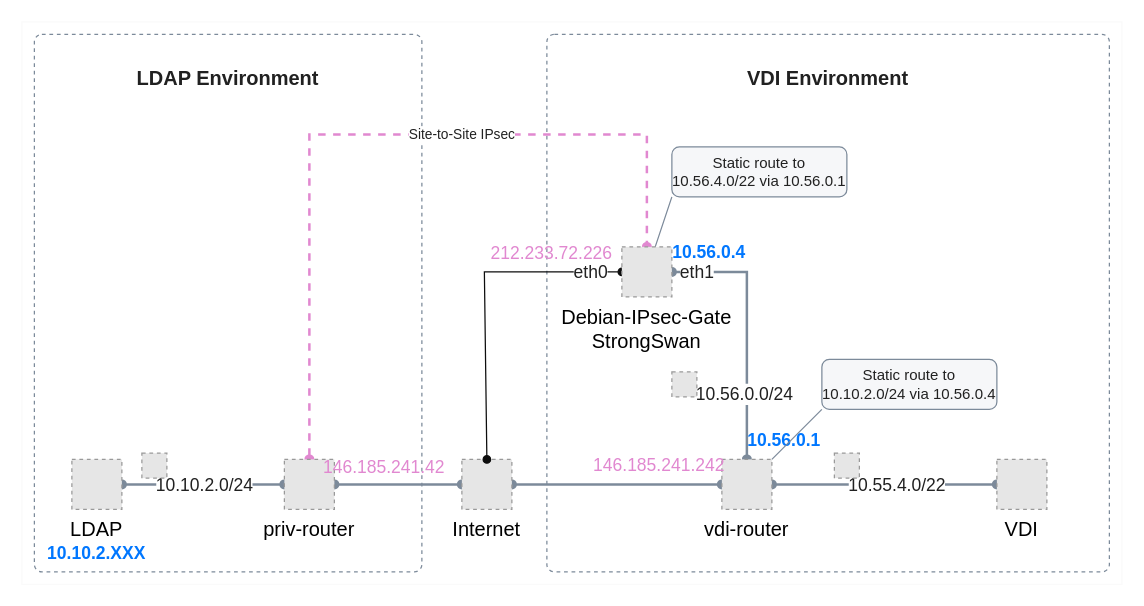
vk-cs/docs-public keeps this draw.io diagram as page "After" (1 of 2) of docs/ru/manage/cloud-desktops/use-cases/ipsec/assets/IPsec_scheme.drawio. Above is the earlier version. Source tidied: cells renumbered, new cells numbered last; positions are measured from the earlier drawing's top-left corner, leaving out a move shared by most shapes. Both pictures are drawn from the tidied source at 125%, with x=0, y=0 at pixel (21, 21). Pictures stored in the file or linked from it are replaced by grey dashed boxes.
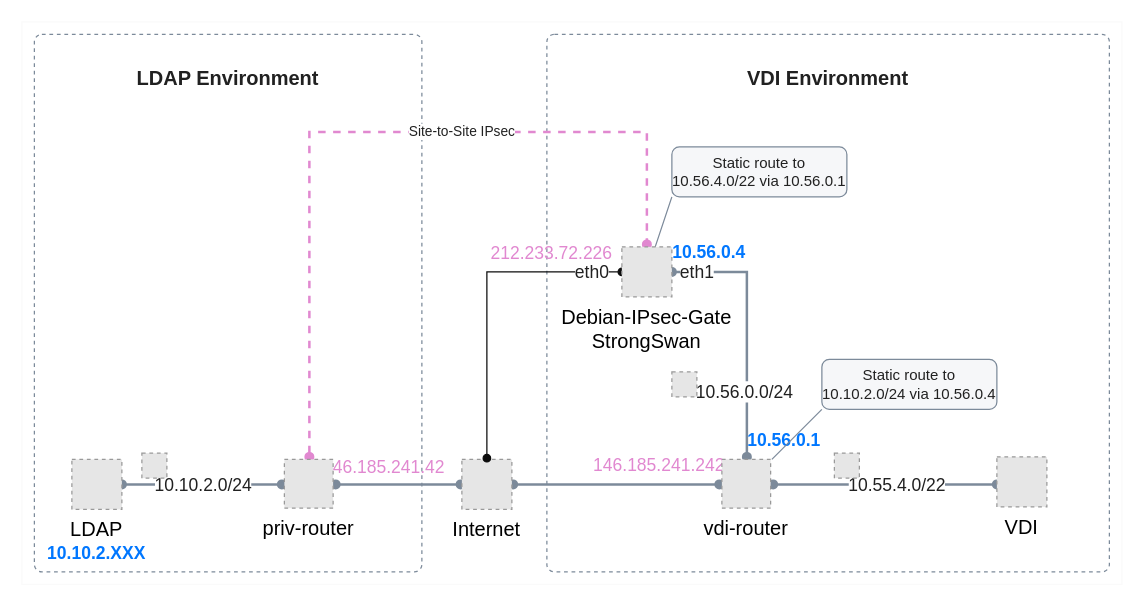
The same page after the edit.

Unchanged cells that the change refers to:
```xml
<mxCell id="9" value="Internet" style="fillColor=#E6E6E6;strokeColor=#999999;dashed=1;verticalLabelPosition=bottom;labelBackgroundColor=default;verticalAlign=top;fontSize=16;fontFamily=VK Sans Display;" parent="1" vertex="1">
  <mxGeometry x="352" y="350" width="40" height="40" as="geometry" />
</mxCell>
<mxCell id="21" value="LDAP" style="fillColor=#E6E6E6;strokeColor=#999999;dashed=1;verticalLabelPosition=bottom;labelBackgroundColor=default;verticalAlign=top;fontSize=16;fontFamily=VK Sans Display;" parent="1" vertex="1">
  <mxGeometry x="40" y="350" width="40" height="40" as="geometry" />
</mxCell>
<mxCell id="24" value="Debian-IPsec-Gate&#10;StrongSwan" style="fillColor=#E6E6E6;strokeColor=#999999;dashed=1;verticalLabelPosition=bottom;labelBackgroundColor=default;verticalAlign=top;fontSize=16;fontFamily=VK Sans Display;" parent="1" vertex="1">
  <mxGeometry x="480" y="180" width="40" height="40" as="geometry" />
</mxCell>
<mxCell id="36" value="&lt;font color=&quot;#212121&quot;&gt;Static route to 10.10.2.0/24 via 10.56.0.4&lt;/font&gt;" style="rounded=1;whiteSpace=wrap;html=1;fontFamily=VK Sans Display;strokeColor=#7C8A9A;arcsize=12;fillColor=#F6F7F9;spacing=0;spacingTop=12;spacingBottom=12;arcSize=12;absoluteArcSize=1;strokeWidth=1;" parent="1" vertex="1">
  <mxGeometry x="640" y="270" width="140" height="40" as="geometry" />
</mxCell>
```

What changed in the source:
```diff
@@
-    <mxCell id="7" style="edgeStyle=none;shape=connector;rounded=0;jettySize=auto;html=1;exitX=0;exitY=0.5;exitDx=0;exitDy=0;entryX=1;entryY=0.5;entryDx=0;entryDy=0;labelBackgroundColor=default;strokeColor=#7C8A9A;strokeWidth=2;align=center;verticalAlign=middle;fontFamily=VK Sans Display;fontSize=11;fontColor=#212121;startArrow=oval;startFill=1;endArrow=oval;endFill=1;" parent="1" edge="1" source="9" target="14">
-      <mxGeometry relative="1" as="geometry" />
+    <mxCell id="7" style="edgeStyle=none;shape=connector;rounded=0;orthogonalLoop=1;jettySize=auto;html=1;exitX=0;exitY=0.5;exitDx=0;exitDy=0;entryX=1;entryY=0.5;entryDx=0;entryDy=0;labelBackgroundColor=default;strokeColor=#7C8A9A;strokeWidth=2;align=center;verticalAlign=middle;fontFamily=VK Sans Display;fontSize=11;fontColor=#212121;startArrow=oval;startFill=1;endArrow=oval;endFill=1;" parent="1" edge="1">
+      <mxGeometry relative="1" as="geometry">
+        <mxPoint x="351" y="370" as="sourcePoint" />
+        <mxPoint x="251" y="370" as="targetPoint" />
+      </mxGeometry>
     </mxCell>
-    <mxCell id="8" style="edgeStyle=none;shape=connector;rounded=0;jettySize=auto;html=1;exitX=1;exitY=0.5;exitDx=0;exitDy=0;entryX=0;entryY=0.5;entryDx=0;entryDy=0;labelBackgroundColor=default;strokeColor=#7C8A9A;strokeWidth=2;align=center;verticalAlign=middle;fontFamily=VK Sans Display;fontSize=11;fontColor=#212121;startArrow=oval;startFill=1;endArrow=oval;endFill=1;" parent="1" edge="1" source="9" target="20">
-      <mxGeometry relative="1" as="geometry" />
+    <mxCell id="8" style="edgeStyle=none;shape=connector;rounded=0;orthogonalLoop=1;jettySize=auto;html=1;entryX=0;entryY=0.5;entryDx=0;entryDy=0;labelBackgroundColor=default;strokeColor=#7C8A9A;strokeWidth=2;align=center;verticalAlign=middle;fontFamily=VK Sans Display;fontSize=11;fontColor=#212121;startArrow=oval;startFill=1;endArrow=oval;endFill=1;" parent="1" edge="1">
+      <mxGeometry relative="1" as="geometry">
+        <mxPoint x="393" y="370" as="sourcePoint" />
+        <mxPoint x="558" y="370" as="targetPoint" />
+      </mxGeometry>
     </mxCell>
@@
-    <mxCell id="10" style="edgeStyle=none;shape=connector;rounded=0;jettySize=auto;html=1;exitX=0;exitY=0.5;exitDx=0;exitDy=0;entryX=1;entryY=0.5;entryDx=0;entryDy=0;labelBackgroundColor=default;strokeColor=#7C8A9A;strokeWidth=2;align=center;verticalAlign=middle;fontFamily=VK Sans Display;fontSize=11;fontColor=#212121;startArrow=oval;startFill=1;endArrow=oval;endFill=1;" parent="1" edge="1" source="14" target="21">
-      <mxGeometry relative="1" as="geometry" />
+    <mxCell id="10" style="edgeStyle=none;shape=connector;rounded=0;orthogonalLoop=1;jettySize=auto;html=1;exitX=0;exitY=0.5;exitDx=0;exitDy=0;entryX=1;entryY=0.5;entryDx=0;entryDy=0;labelBackgroundColor=default;strokeColor=#7C8A9A;strokeWidth=2;align=center;verticalAlign=middle;fontFamily=VK Sans Display;fontSize=11;fontColor=#212121;startArrow=oval;startFill=1;endArrow=oval;endFill=1;" parent="1" edge="1">
+      <mxGeometry relative="1" as="geometry">
+        <mxPoint x="208" y="370" as="sourcePoint" />
+        <mxPoint x="80" y="370" as="targetPoint" />
+      </mxGeometry>
     </mxCell>
@@
-    <mxCell id="12" style="edgeStyle=none;shape=connector;rounded=0;jettySize=auto;html=1;exitX=0.5;exitY=0;exitDx=0;exitDy=0;entryX=0.5;entryY=0;entryDx=0;entryDy=0;labelBackgroundColor=default;strokeColor=#E188D0;strokeWidth=2;align=center;verticalAlign=middle;fontFamily=VK Sans Display;fontSize=11;fontColor=#212121;startArrow=oval;startFill=1;endArrow=oval;endFill=1;dashed=1;" parent="1" edge="1" source="14" target="24">
+    <mxCell id="12" style="edgeStyle=none;shape=connector;rounded=0;orthogonalLoop=1;jettySize=auto;html=1;exitX=0.5;exitY=0;exitDx=0;exitDy=0;entryX=0.5;entryY=0;entryDx=0;entryDy=0;labelBackgroundColor=default;strokeColor=#E188D0;strokeWidth=2;align=center;verticalAlign=middle;fontFamily=VK Sans Display;fontSize=11;fontColor=#212121;startArrow=oval;startFill=1;endArrow=oval;endFill=1;dashed=1;" parent="1" edge="1">
       <mxGeometry relative="1" as="geometry">
+        <mxPoint x="230" y="348" as="sourcePoint" />
+        <mxPoint x="500" y="178" as="targetPoint" />
         <Array as="points">
-          <mxPoint x="230" y="90" />
-          <mxPoint x="500" y="90" />
+          <mxPoint x="230" y="88" />
+          <mxPoint x="500" y="88" />
         </Array>
       </mxGeometry>
     </mxCell>
@@
-    <mxCell id="14" value="priv-router" style="fillColor=#E6E6E6;strokeColor=#999999;dashed=1;verticalLabelPosition=bottom;labelBackgroundColor=default;verticalAlign=top;fontFamily=VK Sans Display;fontSize=16;" parent="1" vertex="1">
-      <mxGeometry x="210" y="350" width="40" height="40" as="geometry" />
-    </mxCell>
-    <mxCell id="15" style="edgeStyle=none;shape=connector;rounded=0;jettySize=auto;html=1;exitX=0.5;exitY=0;exitDx=0;exitDy=0;labelBackgroundColor=default;strokeColor=#7C8A9A;strokeWidth=2;align=center;verticalAlign=middle;fontFamily=VK Sans Display;fontSize=11;fontColor=#212121;startArrow=oval;startFill=1;endArrow=oval;endFill=1;" parent="1" edge="1" source="20" target="24">
+    <mxCell id="15" style="edgeStyle=none;shape=connector;rounded=0;jettySize=auto;html=1;labelBackgroundColor=default;strokeColor=#7C8A9A;strokeWidth=2;align=center;verticalAlign=middle;fontFamily=VK Sans Display;fontSize=11;fontColor=#212121;startArrow=oval;startFill=1;endArrow=oval;endFill=1;" parent="1" edge="1" target="24">
       <mxGeometry relative="1" as="geometry">
+        <mxPoint x="580" y="348" as="sourcePoint" />
         <Array as="points">
           <mxPoint x="580" y="200" />
         </Array>
       </mxGeometry>
     </mxCell>
@@
-    <mxCell id="18" style="edgeStyle=none;shape=connector;rounded=0;jettySize=auto;html=1;exitX=1;exitY=0.5;exitDx=0;exitDy=0;entryX=0;entryY=0.5;entryDx=0;entryDy=0;labelBackgroundColor=default;strokeColor=#7C8A9A;strokeWidth=2;align=center;verticalAlign=middle;fontFamily=VK Sans Display;fontSize=11;fontColor=#212121;startArrow=oval;startFill=1;endArrow=oval;endFill=1;" parent="1" edge="1" source="20" target="27">
-      <mxGeometry relative="1" as="geometry" />
+    <mxCell id="18" style="edgeStyle=none;shape=connector;rounded=0;orthogonalLoop=1;jettySize=auto;html=1;entryX=0;entryY=0.5;entryDx=0;entryDy=0;labelBackgroundColor=default;strokeColor=#7C8A9A;strokeWidth=2;align=center;verticalAlign=middle;fontFamily=VK Sans Display;fontSize=11;fontColor=#212121;startArrow=oval;startFill=1;endArrow=oval;endFill=1;exitX=1;exitY=0.5;exitDx=0;exitDy=0;" parent="1" edge="1">
+      <mxGeometry relative="1" as="geometry">
+        <mxPoint x="601" y="370" as="sourcePoint" />
+        <mxPoint x="780" y="370" as="targetPoint" />
+      </mxGeometry>
     </mxCell>
@@
-    <mxCell id="20" value="vdi-router" style="fillColor=#E6E6E6;strokeColor=#999999;dashed=1;verticalLabelPosition=bottom;labelBackgroundColor=default;verticalAlign=top;fontFamily=VK Sans Display;fontSize=16;" parent="1" vertex="1">
-      <mxGeometry x="560" y="350" width="40" height="40" as="geometry" />
-    </mxCell>
@@
-    <mxCell id="22" style="edgeStyle=none;shape=connector;rounded=0;jettySize=auto;html=1;exitX=0;exitY=0.5;exitDx=0;exitDy=0;entryX=0.5;entryY=0;entryDx=0;entryDy=0;labelBackgroundColor=default;strokeColor=#0d0d0d;strokeWidth=1;align=center;verticalAlign=middle;fontFamily=VK Sans Display;fontSize=11;fontColor=#212121;startArrow=oval;startFill=1;endArrow=oval;endFill=1;" parent="1" edge="1" source="24" target="9">
+    <mxCell id="22" style="edgeStyle=none;shape=connector;rounded=0;jettySize=auto;html=1;exitX=0;exitY=0.5;exitDx=0;exitDy=0;labelBackgroundColor=default;strokeColor=#0d0d0d;strokeWidth=1;align=center;verticalAlign=middle;fontFamily=VK Sans Display;fontSize=11;fontColor=#212121;startArrow=oval;startFill=1;endArrow=oval;endFill=1;" parent="1" edge="1" source="24">
       <mxGeometry relative="1" as="geometry">
+        <mxPoint x="372" y="349" as="targetPoint" />
         <Array as="points">
-          <mxPoint x="370" y="200" />
+          <mxPoint x="372" y="200" />
         </Array>
       </mxGeometry>
     </mxCell>
@@
     <mxCell id="27" value="VDI" style="fillColor=#E6E6E6;strokeColor=#999999;dashed=1;verticalLabelPosition=bottom;labelBackgroundColor=default;verticalAlign=top;fontSize=16;fontFamily=VK Sans Display;" parent="1" vertex="1">
-      <mxGeometry x="780" y="350" width="40" height="40" as="geometry" />
+      <mxGeometry x="780" y="348" width="40" height="40" as="geometry" />
     </mxCell>
@@
-    <mxCell id="35" style="edgeStyle=none;shape=connector;rounded=0;jettySize=auto;html=1;exitX=0;exitY=1;exitDx=0;exitDy=0;labelBackgroundColor=default;strokeColor=#7C8A9A;strokeWidth=1;align=center;verticalAlign=middle;fontFamily=VK Sans Display;fontSize=11;fontColor=#212121;startArrow=none;startFill=0;endArrow=none;endFill=0;" parent="1" edge="1" source="36" target="20">
-      <mxGeometry relative="1" as="geometry" />
+    <mxCell id="35" style="edgeStyle=none;shape=connector;rounded=0;jettySize=auto;html=1;exitX=0;exitY=1;exitDx=0;exitDy=0;labelBackgroundColor=default;strokeColor=#7C8A9A;strokeWidth=1;align=center;verticalAlign=middle;fontFamily=VK Sans Display;fontSize=11;fontColor=#212121;startArrow=none;startFill=0;endArrow=none;endFill=0;" parent="1" edge="1" source="36">
+      <mxGeometry relative="1" as="geometry">
+        <mxPoint x="600" y="350" as="targetPoint" />
+      </mxGeometry>
     </mxCell>
@@
+    <mxCell id="14" value="priv-router" style="fillColor=#E6E6E6;strokeColor=#999999;dashed=1;verticalLabelPosition=bottom;labelBackgroundColor=default;verticalAlign=top;fontSize=16;fontFamily=VK Sans Display;" parent="1" vertex="1">
+      <mxGeometry x="210" y="350" width="39" height="39" as="geometry" />
+    </mxCell>
+    <mxCell id="20" value="vdi-router" style="fillColor=#E6E6E6;strokeColor=#999999;dashed=1;verticalLabelPosition=bottom;labelBackgroundColor=default;verticalAlign=top;fontSize=16;fontFamily=VK Sans Display;" parent="1" vertex="1">
+      <mxGeometry x="560" y="350" width="39" height="39" as="geometry" />
+    </mxCell>
```
